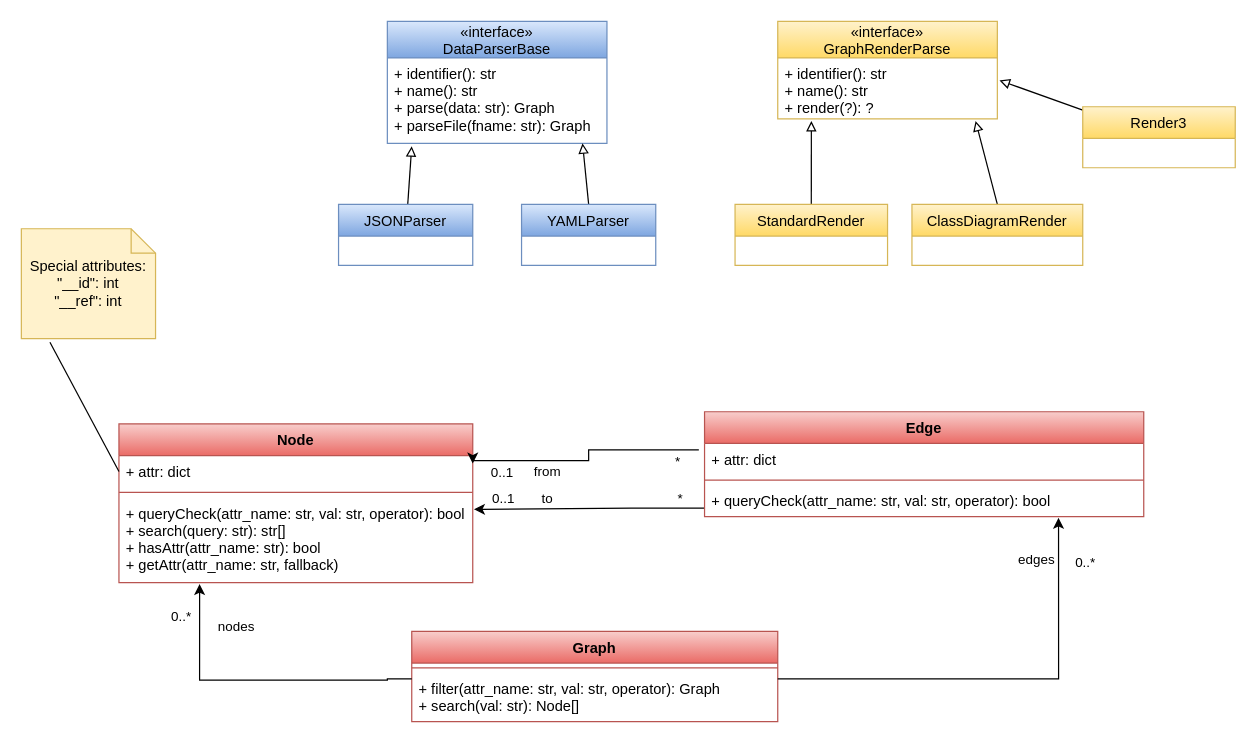
This is docs/class_diagram.drawio from gazdicdanica/SOK, a draw.io file, before an edit. Source tidied: cells renumbered, new cells numbered last; positions are measured from the earlier drawing's top-left corner, leaving out a move shared by most shapes. Both pictures are drawn from the tidied source at 122%, with x=0, y=0 at pixel (21, 21).
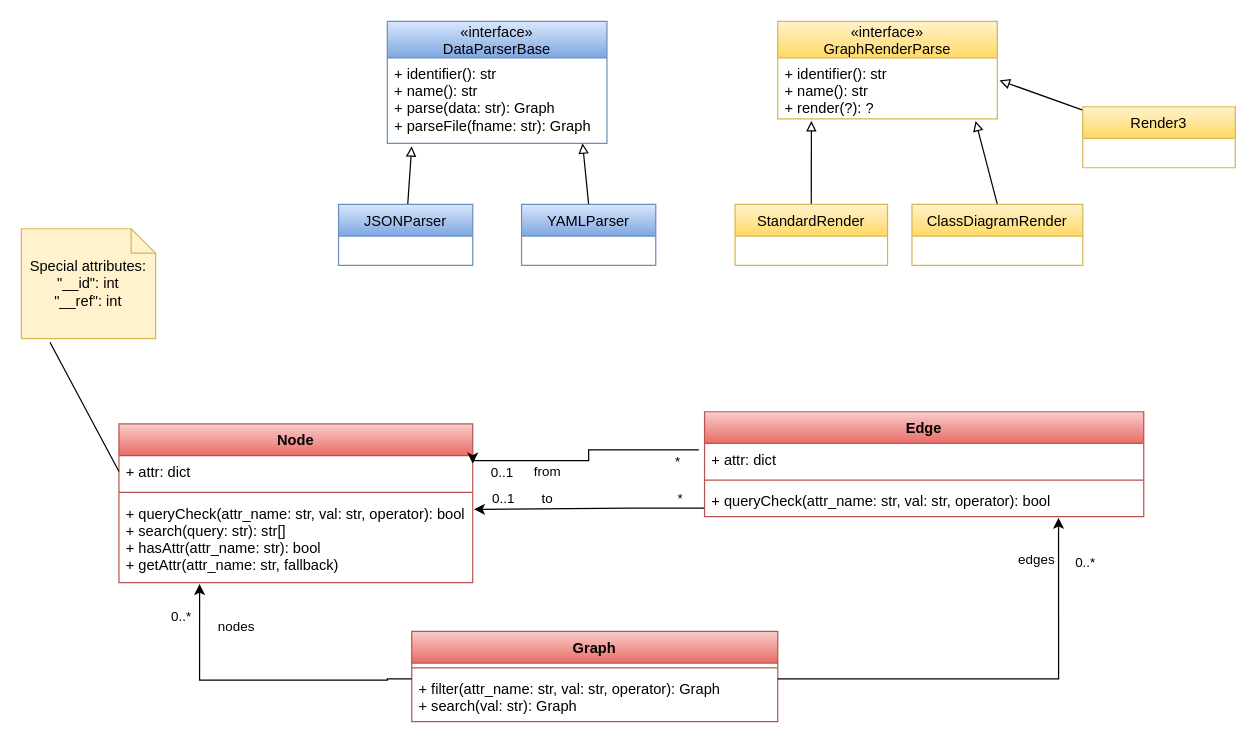
The same diagram, later.

Commit message (it also covers changes not shown here):
#2 docs: Fix search now returns Graph

Unchanged cells that the change refers to:
```xml
<mxCell id="18" value="Graph" style="swimlane;fontStyle=1;align=center;verticalAlign=top;horizontal=1;startSize=26;fillColor=#f8cecc;gradientColor=#ea6b66;strokeColor=#b85450;" parent="1" vertex="1">
  <mxGeometry x="320" y="500" width="300" height="74" as="geometry" />
</mxCell>
```

Diff of the diagram source:
```diff
@@
-    <mxCell id="20" value="+ filter(attr_name: str, val: str, operator): Graph&#10;+ search(val: str): Node[]" style="text;strokeColor=none;fillColor=none;align=left;verticalAlign=top;spacingLeft=4;spacingRight=4;overflow=hidden;" parent="18" vertex="1">
+    <mxCell id="20" value="+ filter(attr_name: str, val: str, operator): Graph&#10;+ search(val: str): Graph" style="text;strokeColor=none;fillColor=none;align=left;verticalAlign=top;spacingLeft=4;spacingRight=4;overflow=hidden;" parent="18" vertex="1">
       <mxGeometry y="34" width="300" height="40" as="geometry" />
     </mxCell>
```
